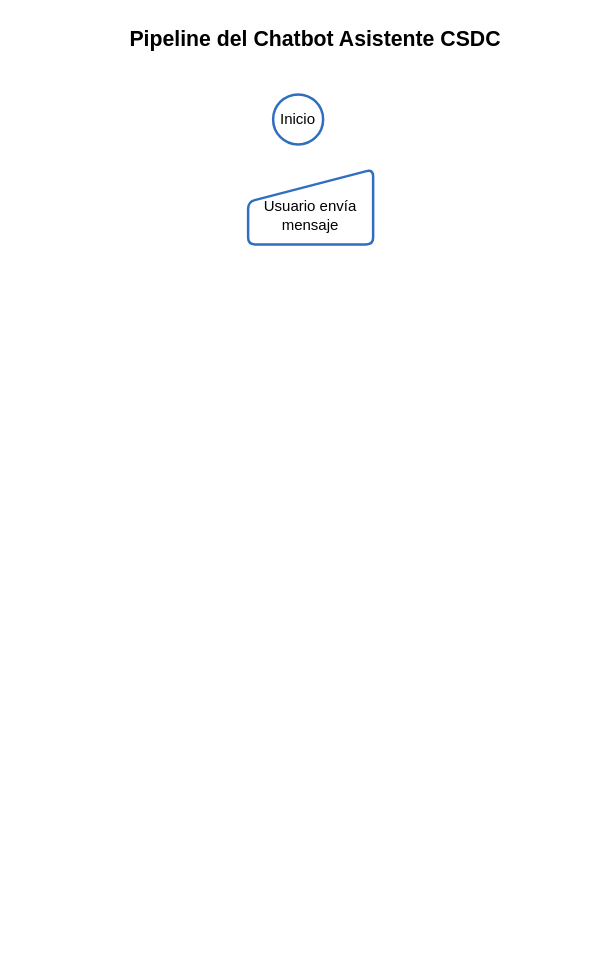
Before: flujos/Diagrama sin título.drawio in ada-gonzalez/grupo20_Chatbot, a draw.io diagram. Source tidied: cells renumbered, new cells numbered last; positions are measured from the earlier drawing's top-left corner, leaving out a move shared by most shapes. Both pictures are drawn from the tidied source at 125%, with x=0, y=0 at pixel (102, 21).
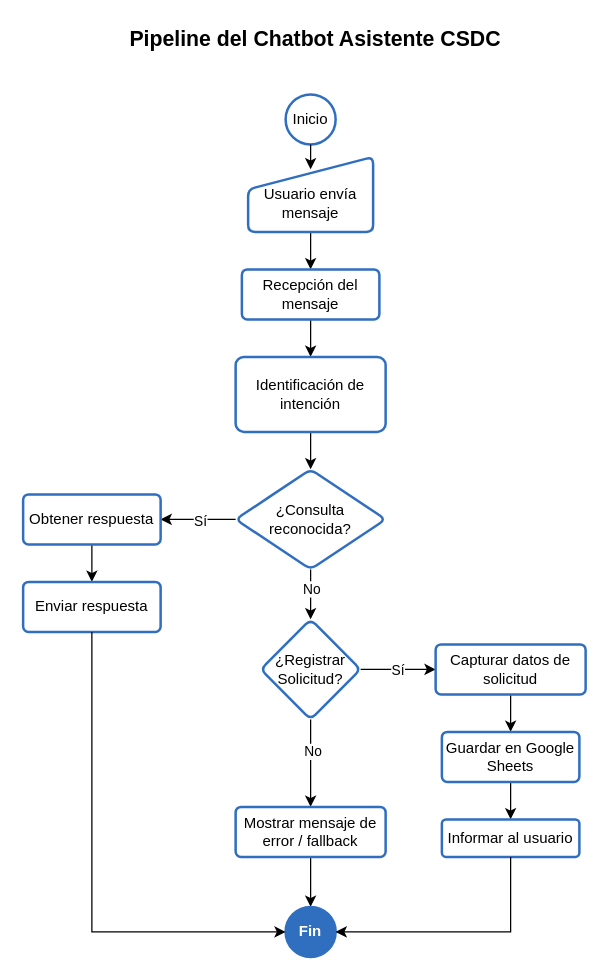
After the change.

Change to the diagram source:
```diff
@@
     <mxCell id="3" value="Inicio" style="ellipse;whiteSpace=wrap;html=1;strokeColor=#306EC0;strokeWidth=2;" parent="1" vertex="1">
-      <mxGeometry x="136" y="58" width="40" height="40" as="geometry" />
+      <mxGeometry x="146" y="58" width="40" height="40" as="geometry" />
     </mxCell>
+    <mxCell id="5" style="edgeStyle=orthogonalEdgeStyle;rounded=0;jettySize=auto;html=1;" parent="1" edge="1" source="4" target="7">
+      <mxGeometry relative="1" as="geometry" />
+    </mxCell>
     <mxCell id="4" value="&lt;div&gt;&lt;br&gt;&lt;/div&gt;&lt;div&gt;&lt;span style=&quot;background-color: transparent; color: light-dark(rgb(0, 0, 0), rgb(255, 255, 255));&quot;&gt;Usuario envía mensaje&lt;/span&gt;&lt;/div&gt;" style="html=1;strokeWidth=2;shape=manualInput;whiteSpace=wrap;rounded=1;size=26;arcSize=11;strokeColor=#306EC0;" parent="1" vertex="1">
-      <mxGeometry x="116" y="118" width="100" height="60" as="geometry" />
+      <mxGeometry x="116" y="108" width="100" height="60" as="geometry" />
     </mxCell>
+    <mxCell id="6" style="edgeStyle=orthogonalEdgeStyle;rounded=0;jettySize=auto;html=1;" parent="1" edge="1" source="7" target="9">
+      <mxGeometry relative="1" as="geometry" />
+    </mxCell>
+    <mxCell id="7" value="Recepción del mensaje" style="whiteSpace=wrap;html=1;strokeColor=#306EC0;strokeWidth=2;rounded=1;arcSize=11;" parent="1" vertex="1">
+      <mxGeometry x="111" y="198" width="110" height="40" as="geometry" />
+    </mxCell>
+    <mxCell id="8" style="edgeStyle=orthogonalEdgeStyle;rounded=0;jettySize=auto;html=1;" parent="1" edge="1" source="9" target="15">
+      <mxGeometry relative="1" as="geometry" />
+    </mxCell>
+    <mxCell id="9" value="Identificación de intención" style="whiteSpace=wrap;html=1;strokeColor=#306EC0;strokeWidth=2;rounded=1;arcSize=11;" parent="1" vertex="1">
+      <mxGeometry x="106" y="268" width="120" height="60" as="geometry" />
+    </mxCell>
+    <mxCell id="10" style="edgeStyle=orthogonalEdgeStyle;rounded=0;jettySize=auto;html=1;" parent="1" edge="1" source="3">
+      <mxGeometry relative="1" as="geometry">
+        <mxPoint x="166" y="118" as="targetPoint" />
+      </mxGeometry>
+    </mxCell>
+    <mxCell id="11" style="edgeStyle=orthogonalEdgeStyle;rounded=0;jettySize=auto;html=1;" parent="1" edge="1" source="15" target="17">
+      <mxGeometry relative="1" as="geometry" />
+    </mxCell>
+    <mxCell id="12" value="Sí" style="edgeLabel;html=1;align=center;verticalAlign=middle;" parent="11" vertex="1">
+      <mxGeometry x="-0.04" y="1" relative="1" as="geometry" />
+    </mxCell>
+    <mxCell id="13" style="edgeStyle=orthogonalEdgeStyle;rounded=0;jettySize=auto;html=1;" parent="1" edge="1" source="15" target="23">
+      <mxGeometry relative="1" as="geometry" />
+    </mxCell>
+    <mxCell id="14" value="No" style="edgeLabel;html=1;align=center;verticalAlign=middle;" parent="13" vertex="1">
+      <mxGeometry x="-0.33" y="2" relative="1" as="geometry">
+        <mxPoint x="-2" y="2" as="offset" />
+      </mxGeometry>
+    </mxCell>
+    <mxCell id="15" value="¿Consulta reconocida?" style="rhombus;whiteSpace=wrap;html=1;strokeColor=#306EC0;strokeWidth=2;rounded=1;arcSize=11;" parent="1" vertex="1">
+      <mxGeometry x="106" y="358" width="120" height="80" as="geometry" />
+    </mxCell>
+    <mxCell id="16" style="edgeStyle=orthogonalEdgeStyle;rounded=0;jettySize=auto;html=1;" parent="1" edge="1" source="17" target="18">
+      <mxGeometry relative="1" as="geometry" />
+    </mxCell>
+    <mxCell id="17" value="Obtener respuesta" style="whiteSpace=wrap;html=1;strokeColor=#306EC0;strokeWidth=2;rounded=1;arcSize=11;" parent="1" vertex="1">
+      <mxGeometry x="-64" y="378" width="110" height="40" as="geometry" />
+    </mxCell>
+    <mxCell id="18" value="Enviar respuesta" style="whiteSpace=wrap;html=1;strokeColor=#306EC0;strokeWidth=2;rounded=1;arcSize=11;" parent="1" vertex="1">
+      <mxGeometry x="-64" y="448" width="110" height="40" as="geometry" />
+    </mxCell>
+    <mxCell id="19" style="edgeStyle=orthogonalEdgeStyle;rounded=0;jettySize=auto;html=1;" parent="1" edge="1" source="23" target="25">
+      <mxGeometry relative="1" as="geometry" />
+    </mxCell>
+    <mxCell id="20" value="Sí" style="edgeLabel;html=1;align=center;verticalAlign=middle;" parent="19" vertex="1">
+      <mxGeometry x="-0.02" relative="1" as="geometry" />
+    </mxCell>
+    <mxCell id="21" style="edgeStyle=orthogonalEdgeStyle;rounded=0;jettySize=auto;html=1;" parent="1" edge="1" source="23" target="30">
+      <mxGeometry relative="1" as="geometry" />
+    </mxCell>
+    <mxCell id="22" value="No" style="edgeLabel;html=1;align=center;verticalAlign=middle;" parent="21" vertex="1">
+      <mxGeometry x="-0.28" y="1" relative="1" as="geometry" />
+    </mxCell>
+    <mxCell id="23" value="¿Registrar Solicitud?" style="rhombus;whiteSpace=wrap;html=1;strokeColor=#306EC0;strokeWidth=2;rounded=1;arcSize=11;" parent="1" vertex="1">
+      <mxGeometry x="126" y="478" width="80" height="80" as="geometry" />
+    </mxCell>
+    <mxCell id="24" style="edgeStyle=orthogonalEdgeStyle;rounded=0;jettySize=auto;html=1;" parent="1" edge="1" source="25" target="27">
+      <mxGeometry relative="1" as="geometry" />
+    </mxCell>
+    <mxCell id="25" value="Capturar datos de solicitud" style="whiteSpace=wrap;html=1;strokeColor=#306EC0;strokeWidth=2;rounded=1;arcSize=11;" parent="1" vertex="1">
+      <mxGeometry x="266" y="498" width="120" height="40" as="geometry" />
+    </mxCell>
+    <mxCell id="26" style="edgeStyle=orthogonalEdgeStyle;rounded=0;jettySize=auto;html=1;" parent="1" edge="1" source="27" target="28">
+      <mxGeometry relative="1" as="geometry" />
+    </mxCell>
+    <mxCell id="27" value="Guardar en Google Sheets" style="whiteSpace=wrap;html=1;strokeColor=#306EC0;strokeWidth=2;rounded=1;arcSize=11;" parent="1" vertex="1">
+      <mxGeometry x="271" y="568" width="110" height="40" as="geometry" />
+    </mxCell>
+    <mxCell id="28" value="Informar al usuario" style="whiteSpace=wrap;html=1;strokeColor=#306EC0;strokeWidth=2;rounded=1;arcSize=11;" parent="1" vertex="1">
+      <mxGeometry x="271" y="638" width="110" height="30" as="geometry" />
+    </mxCell>
+    <mxCell id="29" style="edgeStyle=orthogonalEdgeStyle;rounded=0;jettySize=auto;html=1;" parent="1" edge="1" source="30" target="31">
+      <mxGeometry relative="1" as="geometry" />
+    </mxCell>
+    <mxCell id="30" value="Mostrar mensaje de error / fallback" style="whiteSpace=wrap;html=1;strokeColor=#306EC0;strokeWidth=2;rounded=1;arcSize=11;" parent="1" vertex="1">
+      <mxGeometry x="106" y="628" width="120" height="40" as="geometry" />
+    </mxCell>
+    <mxCell id="31" value="Fin" style="strokeWidth=2;html=1;shape=mxgraph.flowchart.start_2;whiteSpace=wrap;fillColor=#306EC0;fontColor=#FFFFFF;fontStyle=1;strokeColor=#306EC0;" parent="1" vertex="1">
+      <mxGeometry x="146" y="708" width="40" height="40" as="geometry" />
+    </mxCell>
+    <mxCell id="32" style="edgeStyle=orthogonalEdgeStyle;rounded=0;jettySize=auto;html=1;entryX=1;entryY=0.5;entryDx=0;entryDy=0;entryPerimeter=0;" parent="1" edge="1" source="28" target="31">
+      <mxGeometry relative="1" as="geometry">
+        <Array as="points">
+          <mxPoint x="326" y="728" />
+        </Array>
+      </mxGeometry>
+    </mxCell>
+    <mxCell id="33" style="edgeStyle=orthogonalEdgeStyle;rounded=0;jettySize=auto;html=1;entryX=0;entryY=0.5;entryDx=0;entryDy=0;entryPerimeter=0;" parent="1" edge="1" source="18" target="31">
+      <mxGeometry relative="1" as="geometry">
+        <Array as="points">
+          <mxPoint x="-9" y="728" />
+        </Array>
+      </mxGeometry>
+    </mxCell>
```
